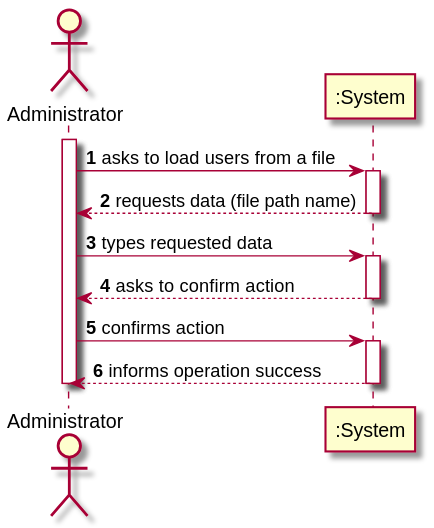
The PlantUML diagram docs/SprintC/US14/SSD/US14_SSD.svg in miseEnPlace-i/lapr2, before a commit.
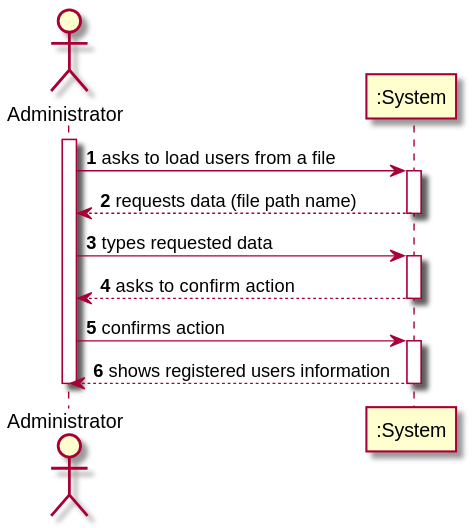
The same file after the commit.

Change to the diagram source:
```diff
@@ -15,7 +15,7 @@
 
 ADMIN -> ":System" : confirms action
 activate ":System"
-":System" --> ADMIN : informs operation success
+":System" --> ADMIN : shows registered users information
 deactivate ":System"
 
 deactivate ADMIN
```
